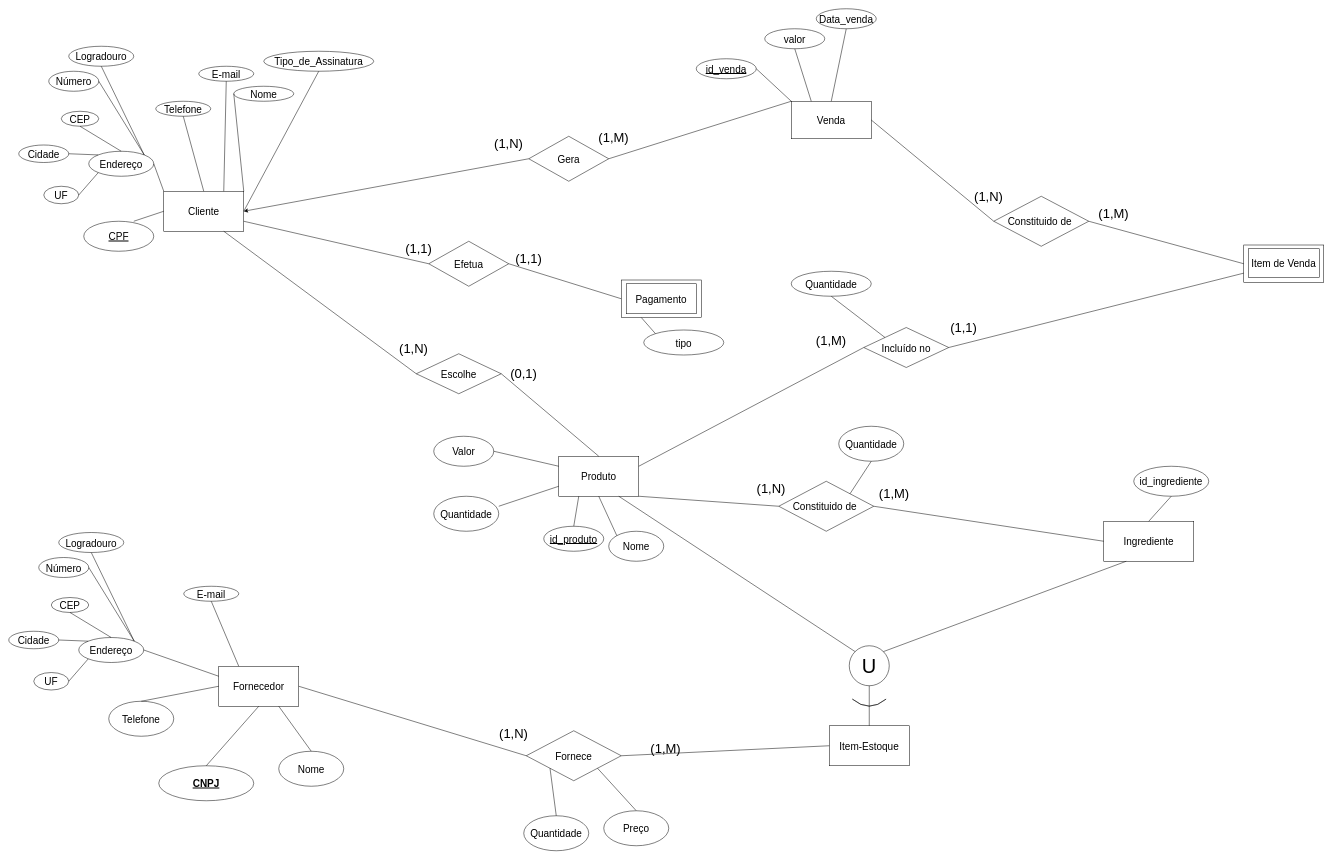
Earlier version of the draw.io diagram lib/der-padaria.drawio (GustavoBastos04/Sistema-de-padaria). Source tidied: cells renumbered, new cells numbered last; positions are measured from the earlier drawing's top-left corner, leaving out a move shared by most shapes. Both pictures are drawn from the tidied source at 50%, with x=0, y=0 at pixel (8, 8).
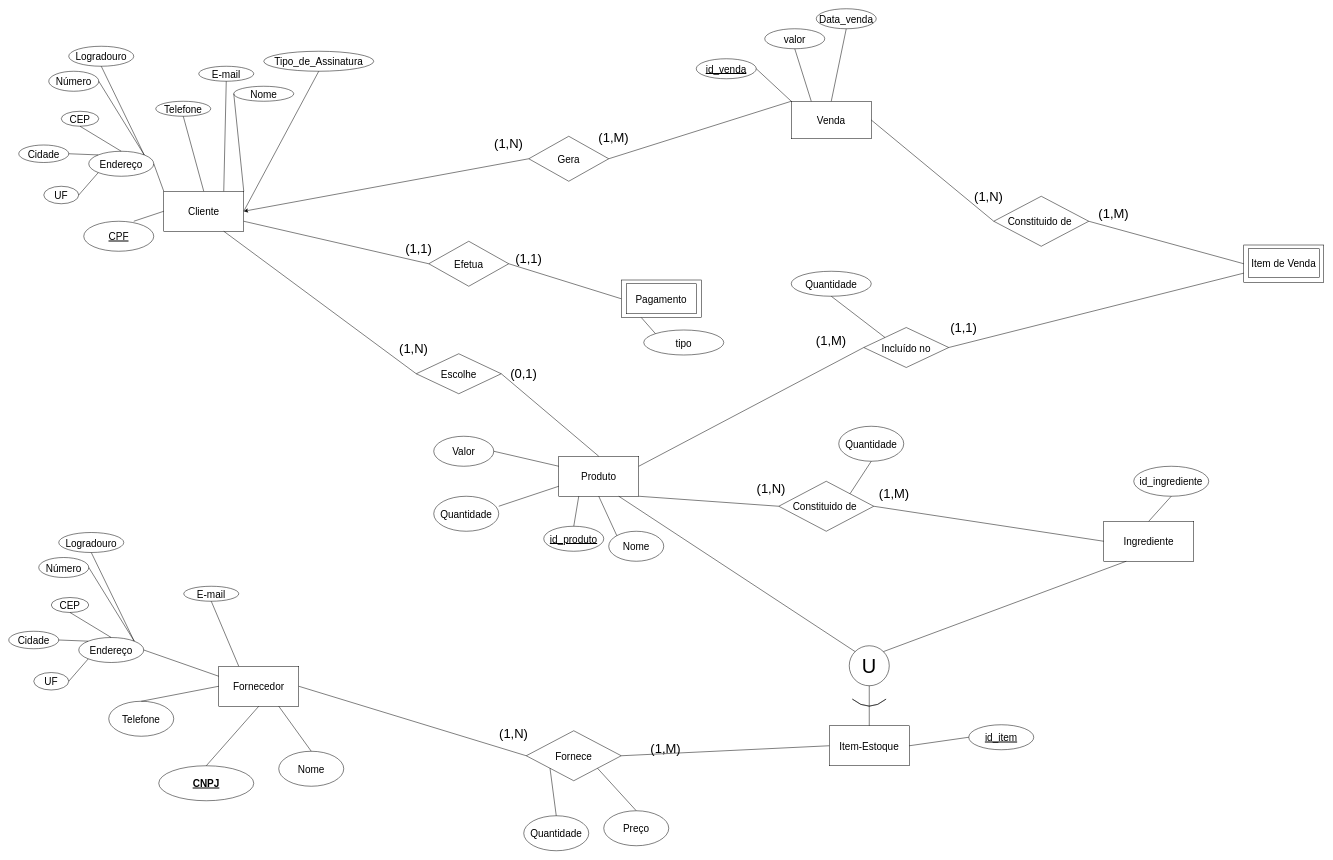
Above is the later version.

Unchanged cells that the change refers to:
```xml
<mxCell id="85" value="&lt;font style=&quot;font-size: 20px;&quot;&gt;Item-Estoque&lt;/font&gt;" style="rounded=0;whiteSpace=wrap;html=1;" parent="1" vertex="1">
  <mxGeometry x="1641" y="1434" width="160" height="80" as="geometry" />
</mxCell>
```

What changed in the source:
```diff
@@
+    <mxCell id="120" value="&lt;font style=&quot;font-size: 20px;&quot;&gt;&lt;u&gt;id_item&lt;/u&gt;&lt;/font&gt;" style="ellipse;whiteSpace=wrap;html=1;" parent="1" vertex="1">
+      <mxGeometry x="1920" y="1432" width="130" height="50" as="geometry" />
+    </mxCell>
+    <mxCell id="121" style="endArrow=none;html=1;rounded=0;exitX=1;exitY=0.5;exitDx=0;exitDy=0;entryX=0;entryY=0.5;entryDx=0;entryDy=0;" parent="1" edge="1" source="85" target="120">
+      <mxGeometry relative="1" as="geometry" />
+    </mxCell>
```
